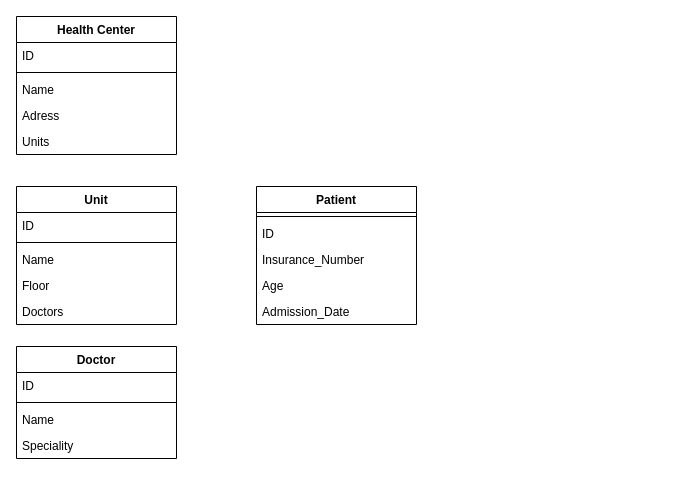
The draw.io diagram page "Page-3" (3 of 4) of Health_Center.drawio in Queeen520/DATABASE_PLANNING, before the edit. Source tidied: cells renumbered, new cells numbered last; positions are measured from the earlier drawing's top-left corner, leaving out a move shared by most shapes. Both pictures are drawn from the tidied source at 100%, with x=0, y=0 at pixel (16, 16).
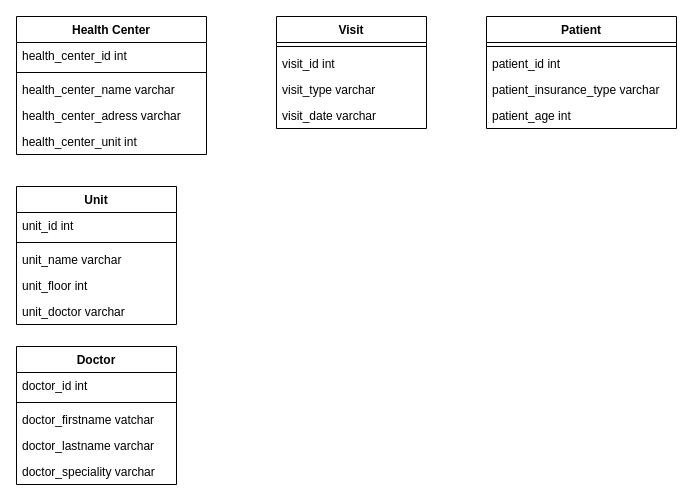
Above is the later version.

The change refers to these unchanged cells:
```xml
<mxCell id="14" value="Unit" style="swimlane;fontStyle=1;align=center;verticalAlign=top;horizontal=1;startSize=26;" parent="1" vertex="1">
  <mxGeometry y="170" width="160" height="138" as="geometry" />
</mxCell>
```

Diff of the diagram source:
```diff
@@
     <mxCell id="2" value="Health Center" style="swimlane;fontStyle=1;align=center;verticalAlign=top;horizontal=1;startSize=26;" parent="1" vertex="1">
-      <mxGeometry width="160" height="138" as="geometry" />
+      <mxGeometry width="190" height="138" as="geometry" />
     </mxCell>
-    <mxCell id="3" value="ID" style="text;strokeColor=none;fillColor=none;align=left;verticalAlign=top;spacingLeft=4;spacingRight=4;overflow=hidden;" parent="2" vertex="1">
-      <mxGeometry y="26" width="160" height="26" as="geometry" />
+    <mxCell id="3" value="health_center_id int" style="text;strokeColor=none;fillColor=none;align=left;verticalAlign=top;spacingLeft=4;spacingRight=4;overflow=hidden;" parent="2" vertex="1">
+      <mxGeometry y="26" width="190" height="26" as="geometry" />
     </mxCell>
     <mxCell id="4" style="line;strokeWidth=1;fillColor=none;align=left;verticalAlign=middle;spacingTop=-1;spacingLeft=3;spacingRight=3;labelPosition=right;" parent="2" vertex="1">
-      <mxGeometry y="52" width="160" height="8" as="geometry" />
+      <mxGeometry y="52" width="190" height="8" as="geometry" />
     </mxCell>
-    <mxCell id="5" value="Name" style="text;strokeColor=none;fillColor=none;align=left;verticalAlign=top;spacingLeft=4;spacingRight=4;overflow=hidden;" parent="2" vertex="1">
-      <mxGeometry y="60" width="160" height="26" as="geometry" />
+    <mxCell id="5" value="health_center_name varchar" style="text;strokeColor=none;fillColor=none;align=left;verticalAlign=top;spacingLeft=4;spacingRight=4;overflow=hidden;" parent="2" vertex="1">
+      <mxGeometry y="60" width="190" height="26" as="geometry" />
     </mxCell>
-    <mxCell id="6" value="Adress" style="text;strokeColor=none;fillColor=none;align=left;verticalAlign=top;spacingLeft=4;spacingRight=4;overflow=hidden;" parent="2" vertex="1">
-      <mxGeometry y="86" width="160" height="26" as="geometry" />
+    <mxCell id="6" value="health_center_adress varchar" style="text;strokeColor=none;fillColor=none;align=left;verticalAlign=top;spacingLeft=4;spacingRight=4;overflow=hidden;" parent="2" vertex="1">
+      <mxGeometry y="86" width="190" height="26" as="geometry" />
     </mxCell>
-    <mxCell id="7" value="Units" style="text;strokeColor=none;fillColor=none;align=left;verticalAlign=top;spacingLeft=4;spacingRight=4;overflow=hidden;" parent="2" vertex="1">
-      <mxGeometry y="112" width="160" height="26" as="geometry" />
+    <mxCell id="7" value="health_center_unit int" style="text;strokeColor=none;fillColor=none;align=left;verticalAlign=top;spacingLeft=4;spacingRight=4;overflow=hidden;" parent="2" vertex="1">
+      <mxGeometry y="112" width="190" height="26" as="geometry" />
     </mxCell>
     <mxCell id="8" value="Patient" style="swimlane;fontStyle=1;align=center;verticalAlign=top;horizontal=1;startSize=26;" parent="1" vertex="1">
-      <mxGeometry x="240" y="170" width="160" height="138" as="geometry" />
+      <mxGeometry x="470" width="190" height="112" as="geometry" />
     </mxCell>
     <mxCell id="9" style="line;strokeWidth=1;fillColor=none;align=left;verticalAlign=middle;spacingTop=-1;spacingLeft=3;spacingRight=3;labelPosition=right;" parent="8" vertex="1">
-      <mxGeometry y="26" width="160" height="8" as="geometry" />
+      <mxGeometry y="26" width="190" height="8" as="geometry" />
     </mxCell>
-    <mxCell id="10" value="ID" style="text;strokeColor=none;fillColor=none;align=left;verticalAlign=top;spacingLeft=4;spacingRight=4;overflow=hidden;" parent="8" vertex="1">
-      <mxGeometry y="34" width="160" height="26" as="geometry" />
+    <mxCell id="10" value="patient_id int" style="text;strokeColor=none;fillColor=none;align=left;verticalAlign=top;spacingLeft=4;spacingRight=4;overflow=hidden;" parent="8" vertex="1">
+      <mxGeometry y="34" width="190" height="26" as="geometry" />
     </mxCell>
-    <mxCell id="11" value="Insurance_Number" style="text;strokeColor=none;fillColor=none;align=left;verticalAlign=top;spacingLeft=4;spacingRight=4;overflow=hidden;" parent="8" vertex="1">
-      <mxGeometry y="60" width="160" height="26" as="geometry" />
+    <mxCell id="11" value="patient_insurance_type varchar" style="text;strokeColor=none;fillColor=none;align=left;verticalAlign=top;spacingLeft=4;spacingRight=4;overflow=hidden;" parent="8" vertex="1">
+      <mxGeometry y="60" width="190" height="26" as="geometry" />
     </mxCell>
-    <mxCell id="12" value="Age" style="text;strokeColor=none;fillColor=none;align=left;verticalAlign=top;spacingLeft=4;spacingRight=4;overflow=hidden;" parent="8" vertex="1">
-      <mxGeometry y="86" width="160" height="26" as="geometry" />
+    <mxCell id="12" value="patient_age int" style="text;strokeColor=none;fillColor=none;align=left;verticalAlign=top;spacingLeft=4;spacingRight=4;overflow=hidden;" parent="8" vertex="1">
+      <mxGeometry y="86" width="190" height="26" as="geometry" />
     </mxCell>
-    <mxCell id="13" value="Admission_Date" style="text;strokeColor=none;fillColor=none;align=left;verticalAlign=top;spacingLeft=4;spacingRight=4;overflow=hidden;" parent="8" vertex="1">
-      <mxGeometry y="112" width="160" height="26" as="geometry" />
-    </mxCell>
@@
-    <mxCell id="15" value="ID" style="text;strokeColor=none;fillColor=none;align=left;verticalAlign=top;spacingLeft=4;spacingRight=4;overflow=hidden;" parent="14" vertex="1">
+    <mxCell id="15" value="unit_id int" style="text;strokeColor=none;fillColor=none;align=left;verticalAlign=top;spacingLeft=4;spacingRight=4;overflow=hidden;" parent="14" vertex="1">
       <mxGeometry y="26" width="160" height="26" as="geometry" />
     </mxCell>
@@
-    <mxCell id="17" value="Name" style="text;strokeColor=none;fillColor=none;align=left;verticalAlign=top;spacingLeft=4;spacingRight=4;overflow=hidden;" parent="14" vertex="1">
+    <mxCell id="17" value="unit_name varchar" style="text;strokeColor=none;fillColor=none;align=left;verticalAlign=top;spacingLeft=4;spacingRight=4;overflow=hidden;" parent="14" vertex="1">
       <mxGeometry y="60" width="160" height="26" as="geometry" />
     </mxCell>
-    <mxCell id="18" value="Floor" style="text;strokeColor=none;fillColor=none;align=left;verticalAlign=top;spacingLeft=4;spacingRight=4;overflow=hidden;" parent="14" vertex="1">
+    <mxCell id="18" value="unit_floor int" style="text;strokeColor=none;fillColor=none;align=left;verticalAlign=top;spacingLeft=4;spacingRight=4;overflow=hidden;" parent="14" vertex="1">
       <mxGeometry y="86" width="160" height="26" as="geometry" />
     </mxCell>
-    <mxCell id="19" value="Doctors" style="text;strokeColor=none;fillColor=none;align=left;verticalAlign=top;spacingLeft=4;spacingRight=4;overflow=hidden;" parent="14" vertex="1">
-      <mxGeometry y="112" width="160" height="26" as="geometry" />
-    </mxCell>
+    <mxCell id="25" value="unit_doctor varchar" style="text;strokeColor=none;fillColor=none;align=left;verticalAlign=top;spacingLeft=4;spacingRight=4;overflow=hidden;" parent="14" vertex="1">
+      <mxGeometry y="112" width="160" height="26" as="geometry" />
+    </mxCell>
     <mxCell id="20" value="Doctor" style="swimlane;fontStyle=1;align=center;verticalAlign=top;horizontal=1;startSize=26;" parent="1" vertex="1">
-      <mxGeometry y="330" width="160" height="112" as="geometry" />
+      <mxGeometry y="330" width="160" height="138" as="geometry" />
     </mxCell>
-    <mxCell id="21" value="ID" style="text;strokeColor=none;fillColor=none;align=left;verticalAlign=top;spacingLeft=4;spacingRight=4;overflow=hidden;" parent="20" vertex="1">
+    <mxCell id="21" value="doctor_id int" style="text;strokeColor=none;fillColor=none;align=left;verticalAlign=top;spacingLeft=4;spacingRight=4;overflow=hidden;" parent="20" vertex="1">
       <mxGeometry y="26" width="160" height="26" as="geometry" />
     </mxCell>
@@
-    <mxCell id="23" value="Name" style="text;strokeColor=none;fillColor=none;align=left;verticalAlign=top;spacingLeft=4;spacingRight=4;overflow=hidden;" parent="20" vertex="1">
+    <mxCell id="23" value="doctor_firstname vatchar" style="text;strokeColor=none;fillColor=none;align=left;verticalAlign=top;spacingLeft=4;spacingRight=4;overflow=hidden;" parent="20" vertex="1">
       <mxGeometry y="60" width="160" height="26" as="geometry" />
     </mxCell>
-    <mxCell id="24" value="Speciality" style="text;strokeColor=none;fillColor=none;align=left;verticalAlign=top;spacingLeft=4;spacingRight=4;overflow=hidden;" parent="20" vertex="1">
+    <mxCell id="24" value="doctor_lastname varchar" style="text;strokeColor=none;fillColor=none;align=left;verticalAlign=top;spacingLeft=4;spacingRight=4;overflow=hidden;" parent="20" vertex="1">
       <mxGeometry y="86" width="160" height="26" as="geometry" />
     </mxCell>
+    <mxCell id="26" value="doctor_speciality varchar" style="text;strokeColor=none;fillColor=none;align=left;verticalAlign=top;spacingLeft=4;spacingRight=4;overflow=hidden;" parent="20" vertex="1">
+      <mxGeometry y="112" width="160" height="26" as="geometry" />
+    </mxCell>
+    <mxCell id="27" value="Visit" style="swimlane;fontStyle=1;align=center;verticalAlign=top;horizontal=1;startSize=26;" parent="1" vertex="1">
+      <mxGeometry x="260" width="150" height="112" as="geometry" />
+    </mxCell>
+    <mxCell id="28" style="line;strokeWidth=1;fillColor=none;align=left;verticalAlign=middle;spacingTop=-1;spacingLeft=3;spacingRight=3;labelPosition=right;" parent="27" vertex="1">
+      <mxGeometry y="26" width="150" height="8" as="geometry" />
+    </mxCell>
+    <mxCell id="29" value="visit_id int" style="text;strokeColor=none;fillColor=none;align=left;verticalAlign=top;spacingLeft=4;spacingRight=4;overflow=hidden;" parent="27" vertex="1">
+      <mxGeometry y="34" width="150" height="26" as="geometry" />
+    </mxCell>
+    <mxCell id="30" value="visit_type varchar" style="text;strokeColor=none;fillColor=none;align=left;verticalAlign=top;spacingLeft=4;spacingRight=4;overflow=hidden;" parent="27" vertex="1">
+      <mxGeometry y="60" width="150" height="26" as="geometry" />
+    </mxCell>
+    <mxCell id="31" value="visit_date varchar" style="text;strokeColor=none;fillColor=none;align=left;verticalAlign=top;spacingLeft=4;spacingRight=4;overflow=hidden;" parent="27" vertex="1">
+      <mxGeometry y="86" width="150" height="26" as="geometry" />
+    </mxCell>
```
